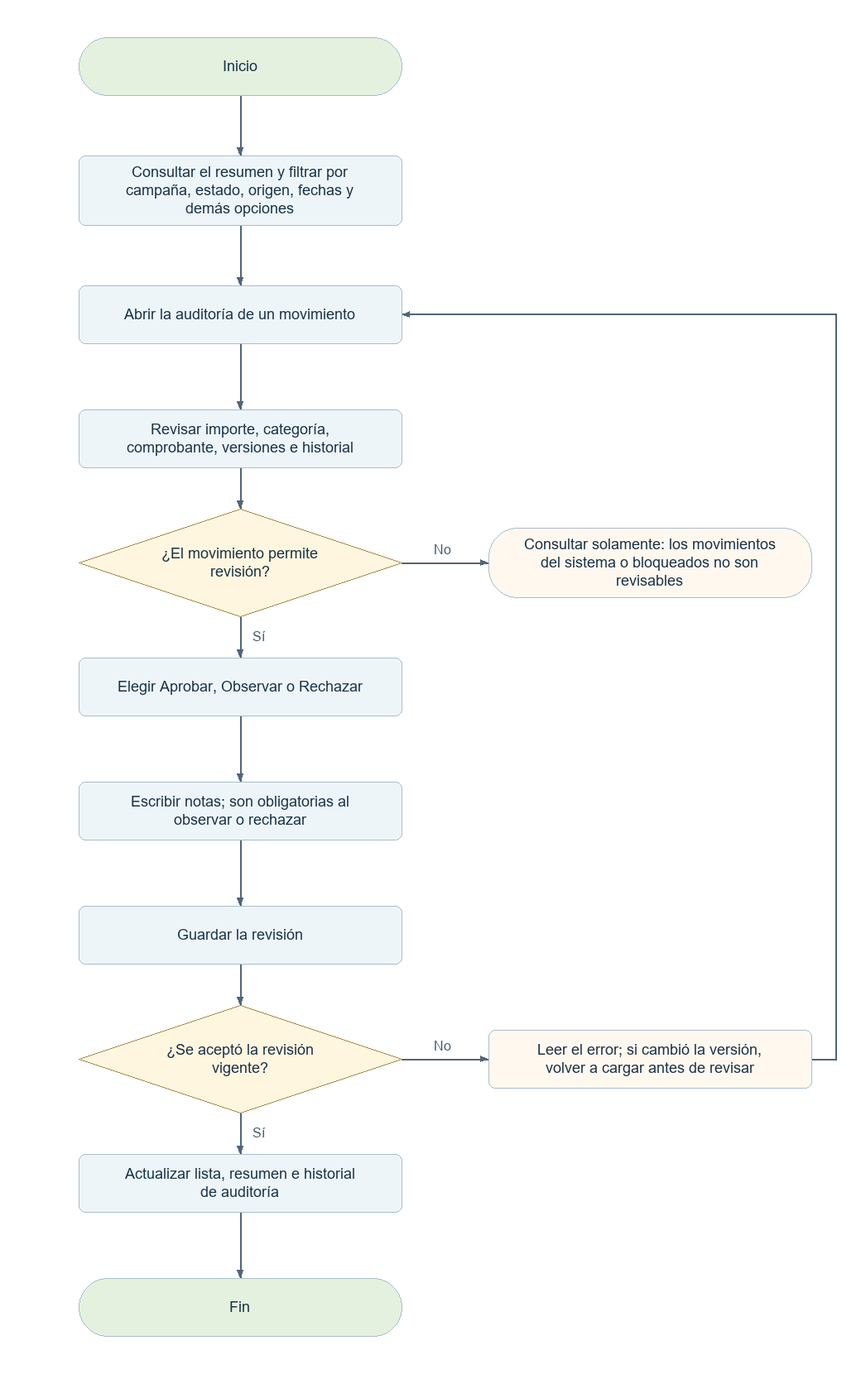
This is docs/diagramas-web/png/A07.png from elingeyesdev/t3-crowdfunding-inversion, a Mermaid export, as it was before one commit. Its source is kept beside it as docs/diagramas-web/mermaid/A07.mmd. Its diagram source:
```mermaid
flowchart TD
  N0(["Inicio"])
  N0 --> N1
  N1["Consultar el resumen y filtrar por campaña, estado, origen, fechas y demás opciones"]
  N1 --> N2
  N2["Abrir la auditoría de un movimiento"]
  N2 --> N3
  N3["Revisar importe, categoría, comprobante, versiones e historial"]
  N3 --> N4
  N4{"¿El movimiento permite revisión?"}
  N4 -->|"Sí"| N5
  B4(["Consultar solamente: los movimientos del sistema o bloqueados no son revisables"])
  N4 -->|"No"| B4
  N5["Elegir Aprobar, Observar o Rechazar"]
  N5 --> N6
  N6["Escribir notas; son obligatorias al observar o rechazar"]
  N6 --> N7
  N7["Guardar la revisión"]
  N7 --> N8
  N8{"¿Se aceptó la revisión vigente?"}
  N8 -->|"Sí"| N9
  B8["Leer el error; si cambió la versión, volver a cargar antes de revisar"]
  N8 -->|"No"| B8
  B8 --> N2
  N9["Actualizar lista, resumen e historial de auditoría"]
  N9 --> N10
  N10(["Fin"])
```
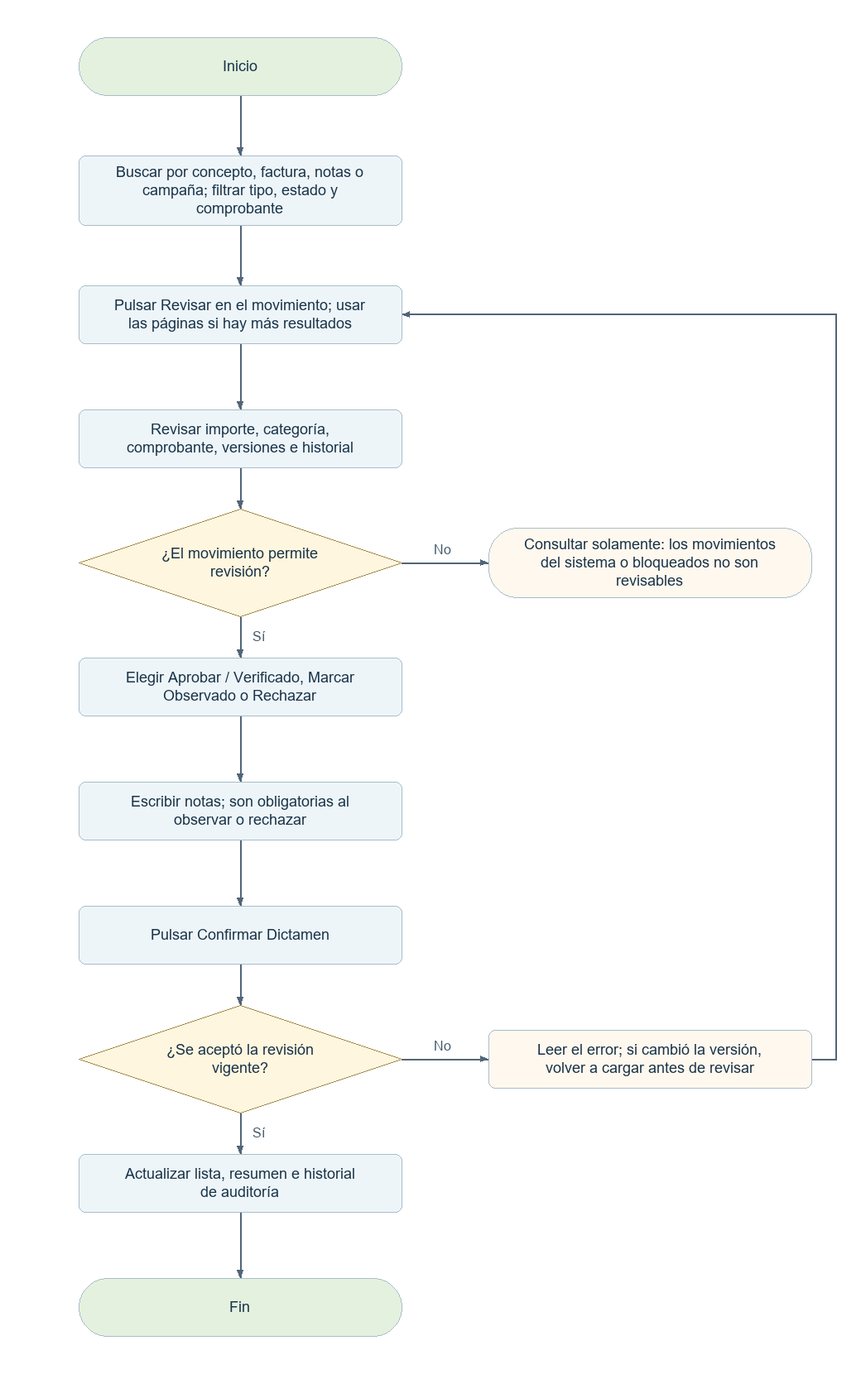
The same diagram one commit later.

Diff of the diagram source:
```diff
@@ -1,9 +1,9 @@
 flowchart TD
   N0(["Inicio"])
   N0 --> N1
-  N1["Consultar el resumen y filtrar por campaña, estado, origen, fechas y demás opciones"]
+  N1["Buscar por concepto, factura, notas o campaña; filtrar tipo, estado y comprobante"]
   N1 --> N2
-  N2["Abrir la auditoría de un movimiento"]
+  N2["Pulsar Revisar en el movimiento; usar las páginas si hay más resultados"]
   N2 --> N3
   N3["Revisar importe, categoría, comprobante, versiones e historial"]
   N3 --> N4
@@ -11,11 +11,11 @@
   N4 -->|"Sí"| N5
   B4(["Consultar solamente: los movimientos del sistema o bloqueados no son revisables"])
   N4 -->|"No"| B4
-  N5["Elegir Aprobar, Observar o Rechazar"]
+  N5["Elegir Aprobar / Verificado, Marcar Observado o Rechazar"]
   N5 --> N6
   N6["Escribir notas; son obligatorias al observar o rechazar"]
   N6 --> N7
-  N7["Guardar la revisión"]
+  N7["Pulsar Confirmar Dictamen"]
   N7 --> N8
   N8{"¿Se aceptó la revisión vigente?"}
   N8 -->|"Sí"| N9
```
